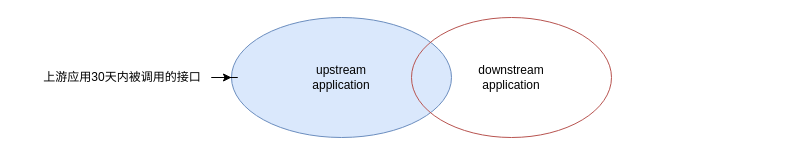
wupei-w/diagrams keeps this draw.io diagram as upstream.drawio. Above is the earlier version. Source tidied: cells renumbered, new cells numbered last; positions are measured from the earlier drawing's top-left corner, leaving out a move shared by most shapes. Both pictures are drawn from the tidied source at 100%, with x=0, y=0 at pixel (27, 17).
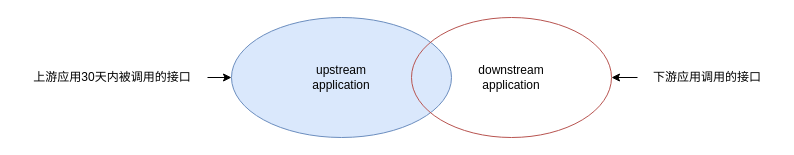
Above is the later version.

The edit, as a diff of the source:
```diff
@@
 <mxGraphModel>
   <root>
     <mxCell id="0" />
     <mxCell id="1" parent="0" />
     <mxCell id="2" value="upstream &lt;br&gt;application" style="ellipse;whiteSpace=wrap;html=1;fillColor=#dae8fc;strokeColor=#6c8ebf;flipH=0;flipV=1;" parent="1" vertex="1">
       <mxGeometry x="204" width="220" height="120" as="geometry" />
     </mxCell>
     <mxCell id="3" value="downstream&lt;br&gt;application" style="ellipse;whiteSpace=wrap;html=1;fillColor=none;strokeColor=#b85450;" parent="1" vertex="1">
       <mxGeometry x="384" width="200" height="120" as="geometry" />
     </mxCell>
     <mxCell id="4" style="edgeStyle=orthogonalEdgeStyle;rounded=0;jettySize=auto;html=1;" parent="1" edge="1" source="5" target="2">
       <mxGeometry relative="1" as="geometry" />
     </mxCell>
     <mxCell id="5" value="上游应用30天内被调用的接口" style="text;html=1;strokeColor=none;fillColor=none;align=center;verticalAlign=middle;whiteSpace=wrap;rounded=0;" parent="1" vertex="1">
-      <mxGeometry y="45" width="190" height="30" as="geometry" />
+      <mxGeometry x="-10" y="45" width="190" height="30" as="geometry" />
     </mxCell>
+    <mxCell id="6" style="edgeStyle=orthogonalEdgeStyle;rounded=0;jettySize=auto;html=1;" parent="1" edge="1" source="7" target="3">
+      <mxGeometry relative="1" as="geometry" />
+    </mxCell>
+    <mxCell id="7" value="下游应用调用的接口" style="text;html=1;strokeColor=none;fillColor=none;align=center;verticalAlign=middle;whiteSpace=wrap;rounded=0;" parent="1" vertex="1">
+      <mxGeometry x="610" y="45" width="140" height="30" as="geometry" />
+    </mxCell>
   </root>
 </mxGraphModel>
```
